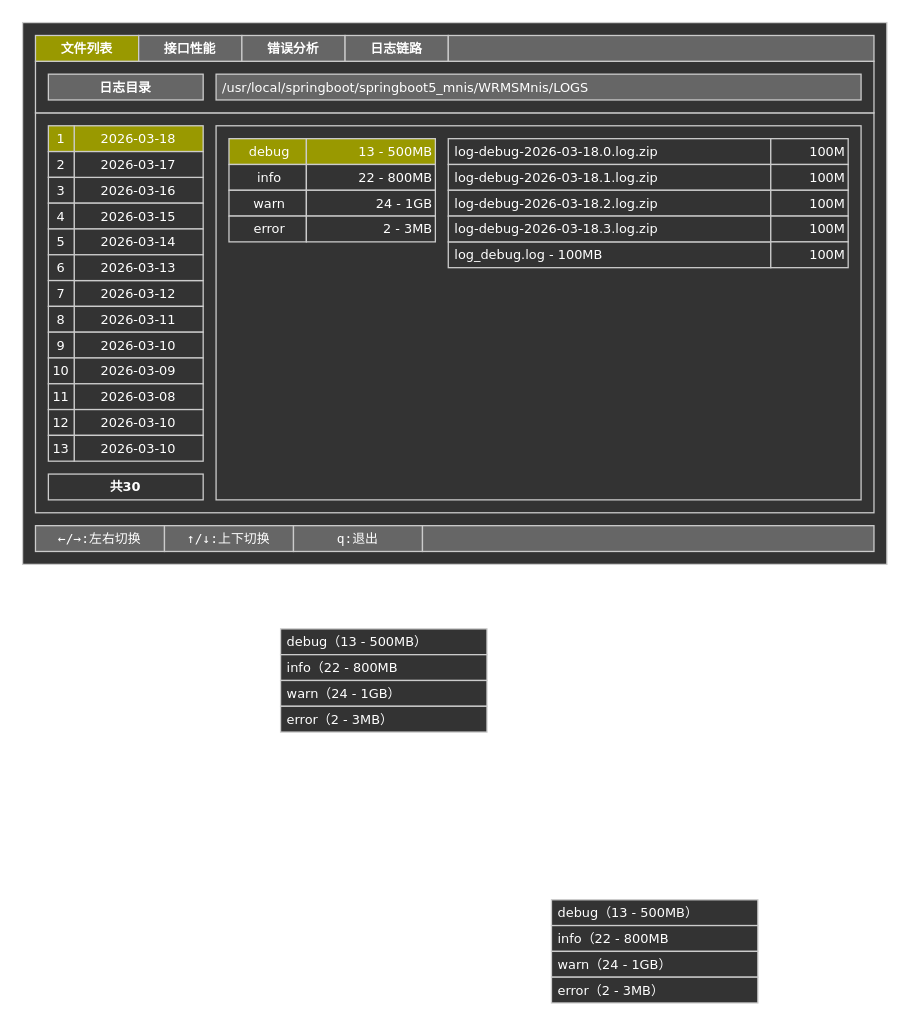
Above: page "第 1 页" (1 of 2) of 16.WORK/1.联新知识库/06.运维/TUI设计.drawio in 6westboy9/WESTBOY-NOTE (draw.io), before the change. Source tidied: cells renumbered, new cells numbered last; positions are measured from the earlier drawing's top-left corner, leaving out a move shared by most shapes. Both pictures are drawn from the tidied source at 129%, with x=0, y=0 at pixel (22, 22).
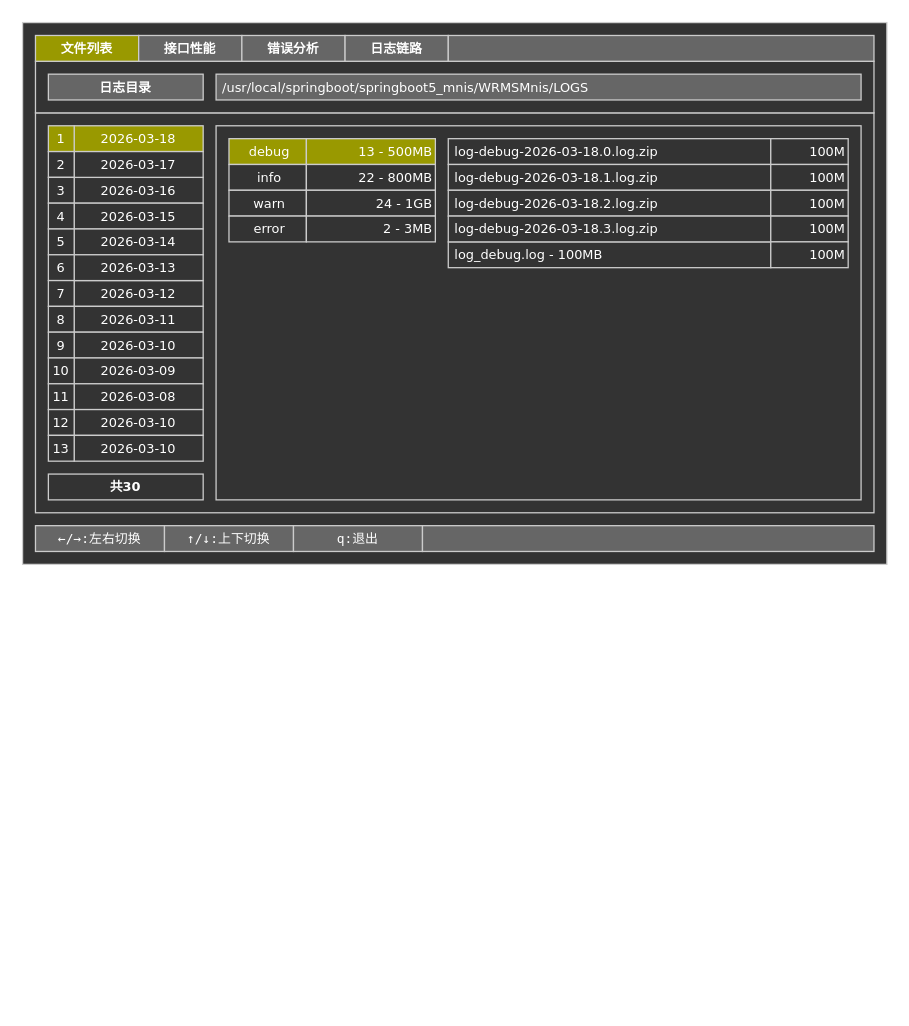
The same page after the edit.

Commit message:
vault backup: 2026-03-19 16:50:50

The edit, as a diff of the source:
```diff
@@
-    <mxCell id="13" value="&amp;nbsp;debug（13 - 500MB）" style="rounded=0;whiteSpace=wrap;html=1;fillColor=#333333;strokeColor=#CCCCCC;align=left;fontFamily=Verdana;fontSize=10;fontColor=#FFFFFF;" parent="1" vertex="1">
-      <mxGeometry x="410" y="680" width="160" height="20" as="geometry" />
-    </mxCell>
-    <mxCell id="14" value="&amp;nbsp;info（22 - 800MB" style="rounded=0;whiteSpace=wrap;html=1;align=left;fontFamily=Verdana;strokeColor=#CCCCCC;fontSize=10;fillColor=#333333;fontColor=#FFFFFF;" parent="1" vertex="1">
-      <mxGeometry x="410" y="700" width="160" height="20" as="geometry" />
-    </mxCell>
-    <mxCell id="15" value="&amp;nbsp;warn（24 - 1GB）" style="rounded=0;whiteSpace=wrap;html=1;align=left;fontFamily=Verdana;strokeColor=#CCCCCC;fontSize=10;fillColor=#333333;fontColor=#FFFFFF;" parent="1" vertex="1">
-      <mxGeometry x="410" y="720" width="160" height="20" as="geometry" />
-    </mxCell>
-    <mxCell id="16" value="&amp;nbsp;error（2 - 3MB）" style="rounded=0;whiteSpace=wrap;html=1;align=left;fontFamily=Verdana;strokeColor=#CCCCCC;fontSize=10;fillColor=#333333;fontColor=#FFFFFF;" parent="1" vertex="1">
-      <mxGeometry x="410" y="740" width="160" height="20" as="geometry" />
-    </mxCell>
@@
-    <mxCell id="58" value="&amp;nbsp;debug（13 - 500MB）" style="rounded=0;whiteSpace=wrap;html=1;fillColor=#333333;strokeColor=#CCCCCC;align=left;fontFamily=Verdana;fontSize=10;fontColor=#FFFFFF;" parent="1" vertex="1">
-      <mxGeometry x="200" y="470" width="160" height="20" as="geometry" />
-    </mxCell>
-    <mxCell id="59" value="&amp;nbsp;info（22 - 800MB" style="rounded=0;whiteSpace=wrap;html=1;align=left;fontFamily=Verdana;strokeColor=#CCCCCC;fontSize=10;fillColor=#333333;fontColor=#FFFFFF;" parent="1" vertex="1">
-      <mxGeometry x="200" y="490" width="160" height="20" as="geometry" />
-    </mxCell>
-    <mxCell id="60" value="&amp;nbsp;warn（24 - 1GB）" style="rounded=0;whiteSpace=wrap;html=1;align=left;fontFamily=Verdana;strokeColor=#CCCCCC;fontSize=10;fillColor=#333333;fontColor=#FFFFFF;" parent="1" vertex="1">
-      <mxGeometry x="200" y="510" width="160" height="20" as="geometry" />
-    </mxCell>
-    <mxCell id="61" value="&amp;nbsp;error（2 - 3MB）" style="rounded=0;whiteSpace=wrap;html=1;align=left;fontFamily=Verdana;strokeColor=#CCCCCC;fontSize=10;fillColor=#333333;fontColor=#FFFFFF;" parent="1" vertex="1">
-      <mxGeometry x="200" y="530" width="160" height="20" as="geometry" />
-    </mxCell>
```
